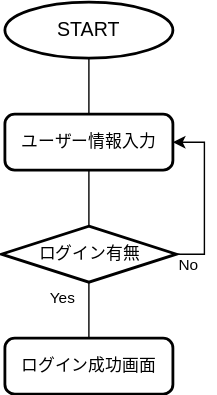
This is フローチャート.drawio.svg from toyoaya/draw.io_exam, a draw.io export, as it was before one commit. Source tidied: cells renumbered, new cells last; positions are measured from the earlier drawing's top-left corner, leaving out a move shared by most shapes.
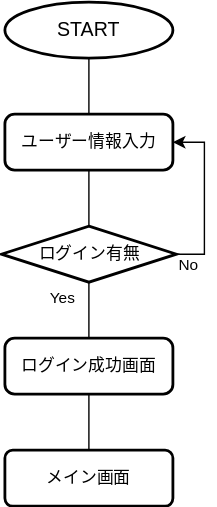
After the commit.

Commit message:
フローチャート.drawio.svg を更新します

Diff of the diagram source:
```diff
@@ -33,8 +33,14 @@
     <mxCell id="10" style="edgeStyle=orthogonalEdgeStyle;rounded=0;jettySize=auto;html=1;exitX=0.5;exitY=1;exitDx=0;exitDy=0;entryX=0.5;entryY=0;entryDx=0;entryDy=0;entryPerimeter=0;endArrow=none;endFill=0;" parent="1" edge="1" source="4" target="9">
       <mxGeometry relative="1" as="geometry" />
     </mxCell>
+    <mxCell id="12" style="edgeStyle=orthogonalEdgeStyle;rounded=0;jettySize=auto;html=1;endArrow=none;endFill=0;" parent="1" edge="1" source="11" target="13">
+      <mxGeometry relative="1" as="geometry" />
+    </mxCell>
     <mxCell id="11" value="ログイン成功画面" style="rounded=1;whiteSpace=wrap;html=1;absoluteArcSize=1;arcSize=14;strokeWidth=2;" parent="1" vertex="1">
       <mxGeometry x="2" y="240" width="120" height="40" as="geometry" />
     </mxCell>
+    <mxCell id="13" value="メイン画面" style="whiteSpace=wrap;html=1;rounded=1;arcSize=14;strokeWidth=2;" parent="1" vertex="1">
+      <mxGeometry x="2" y="320" width="120" height="40" as="geometry" />
+    </mxCell>
   </root>
 </mxGraphModel>
```
